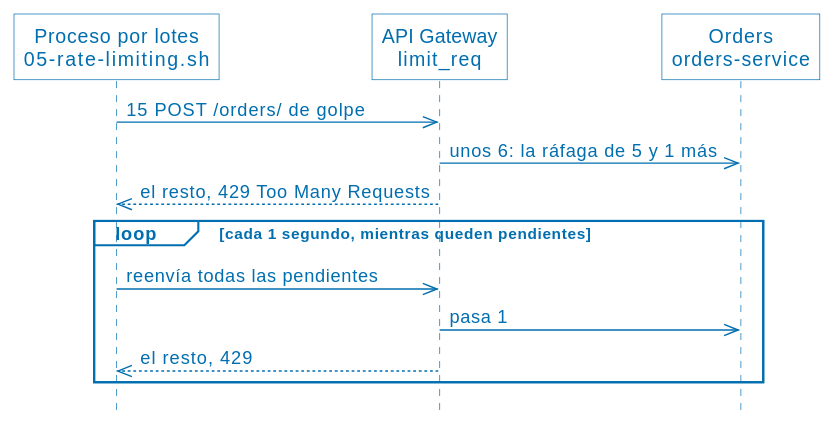
Before: assets/05-rate-limiting-sin.svg, a diagram exported from PlantUML (ucudal/ANDIS2_UT4_DEMO1). The source it was exported from:
```plantuml
@startuml
!include PlantUML.style
hide footbox

participant "Proceso por lotes\n05-rate-limiting.sh" as L
participant "API Gateway\nlimit_req" as GW
participant "Orders\norders-service" as O

L ->> GW : 15 POST /orders/ de golpe
GW ->> O : unos 6: la ráfaga de 5 y 1 más
GW -->> L : el resto, 429 Too Many Requests
loop cada 1 segundo, mientras queden pendientes
  L ->> GW : reenvía todas las pendientes
  GW ->> O : pasa 1
  GW -->> L : el resto, 429
end
@enduml
```
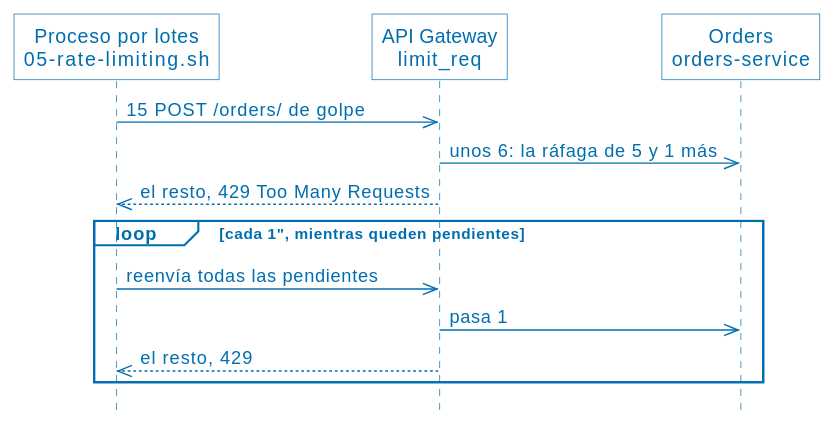
The same diagram one commit later.

Diff of the diagram source:
```diff
@@ -9,7 +9,7 @@
 L ->> GW : 15 POST /orders/ de golpe
 GW ->> O : unos 6: la ráfaga de 5 y 1 más
 GW -->> L : el resto, 429 Too Many Requests
-loop cada 1 segundo, mientras queden pendientes
+loop cada 1", mientras queden pendientes
   L ->> GW : reenvía todas las pendientes
   GW ->> O : pasa 1
   GW -->> L : el resto, 429
```
